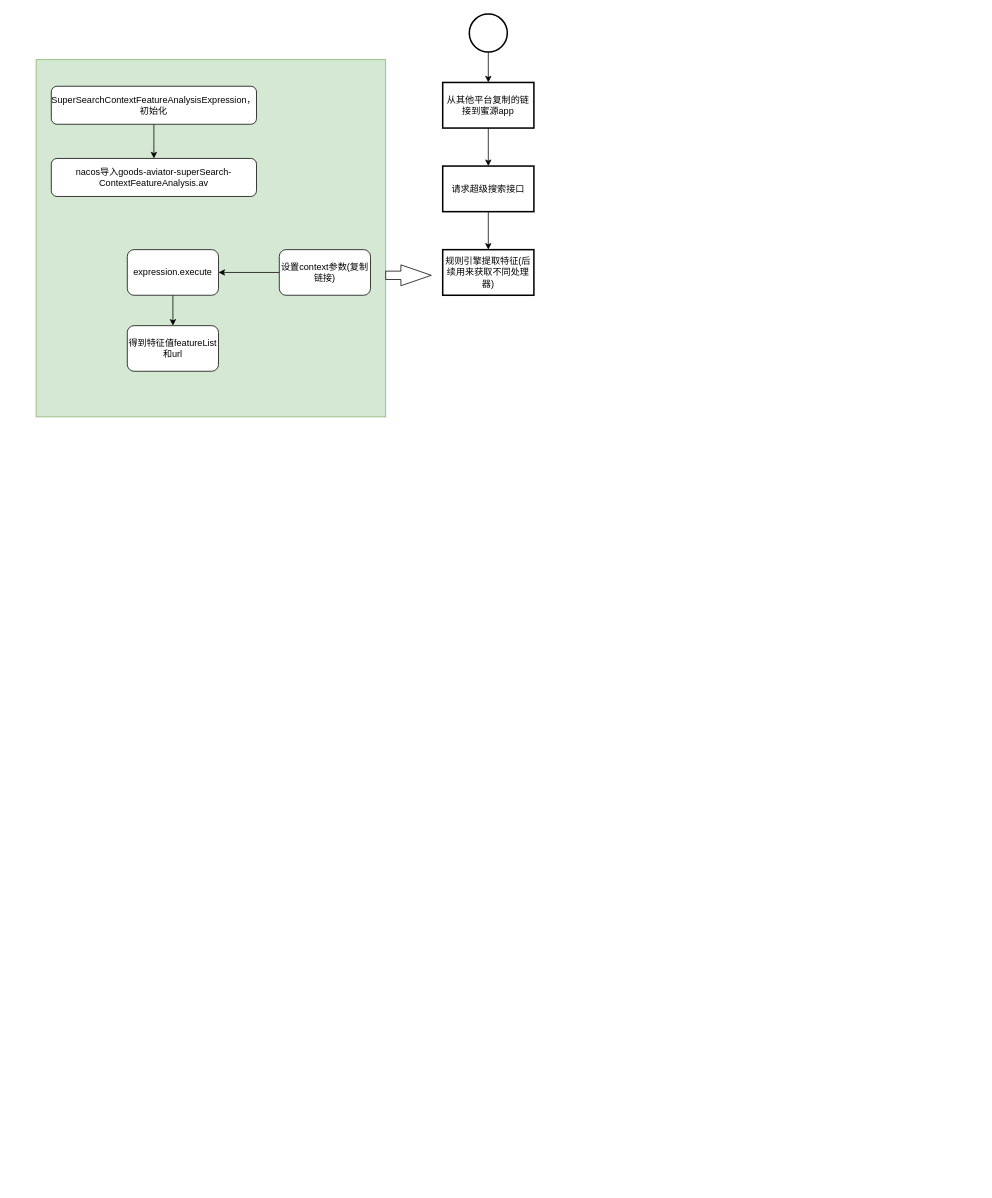
This is miyuan/超级搜索.drawio from smallleaf/draw.io, a draw.io file, before an edit. Source tidied: cells renumbered, new cells numbered last; positions are measured from the earlier drawing's top-left corner, leaving out a move shared by most shapes. Both pictures are drawn from the tidied source at 76%, with x=0, y=0 at pixel (36, 14).
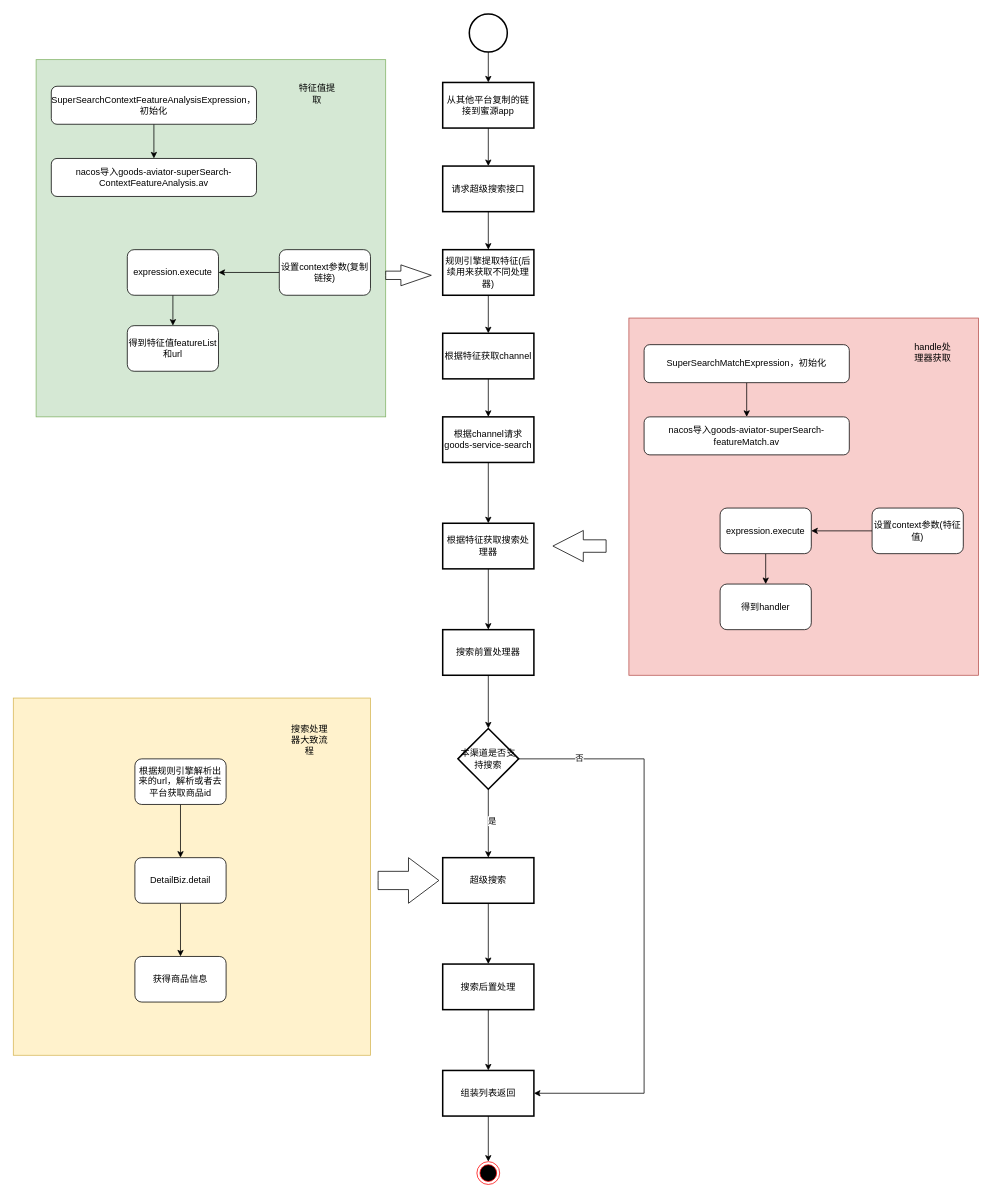
Above is the later version.

Commit message (it also covers changes not shown here):
更新超级搜索.drawio

The change refers to these unchanged cells:
```xml
<mxCell id="8" value="规则引擎提取特征(后续用来获取不同处理器)" style="whiteSpace=wrap;html=1;strokeWidth=2;" parent="1" vertex="1">
  <mxGeometry x="535" y="310" width="120" height="60" as="geometry" />
</mxCell>
```

Diff of the diagram source:
```diff
@@
+    <mxCell id="19" style="edgeStyle=orthogonalEdgeStyle;rounded=0;jettySize=auto;html=1;" parent="1" edge="1" source="8" target="21">
+      <mxGeometry relative="1" as="geometry" />
+    </mxCell>
@@
+    <mxCell id="20" style="edgeStyle=orthogonalEdgeStyle;rounded=0;jettySize=auto;html=1;" parent="1" edge="1" source="21" target="23">
+      <mxGeometry relative="1" as="geometry" />
+    </mxCell>
+    <mxCell id="21" value="根据特征获取channel" style="whiteSpace=wrap;html=1;strokeWidth=2;" parent="1" vertex="1">
+      <mxGeometry x="535" y="420" width="120" height="60" as="geometry" />
+    </mxCell>
+    <mxCell id="22" style="edgeStyle=orthogonalEdgeStyle;rounded=0;jettySize=auto;html=1;" parent="1" edge="1" source="23" target="37">
+      <mxGeometry relative="1" as="geometry" />
+    </mxCell>
+    <mxCell id="23" value="根据channel请求goods-service-search" style="whiteSpace=wrap;html=1;strokeWidth=2;" parent="1" vertex="1">
+      <mxGeometry x="535" y="530" width="120" height="60" as="geometry" />
+    </mxCell>
+    <mxCell id="24" style="rounded=0;whiteSpace=wrap;html=1;fillColor=#f8cecc;strokeColor=#b85450;" parent="1" vertex="1">
+      <mxGeometry x="780" y="400" width="460" height="470" as="geometry" />
+    </mxCell>
+    <mxCell id="25" style="edgeStyle=orthogonalEdgeStyle;rounded=0;jettySize=auto;html=1;" parent="1" edge="1" source="26" target="27">
+      <mxGeometry relative="1" as="geometry" />
+    </mxCell>
+    <mxCell id="26" value="SuperSearchMatchExpression，初始化" style="rounded=1;whiteSpace=wrap;html=1;" parent="1" vertex="1">
+      <mxGeometry x="800" y="435" width="270" height="50" as="geometry" />
+    </mxCell>
+    <mxCell id="27" value="nacos导入goods-aviator-superSearch-featureMatch.av" style="rounded=1;whiteSpace=wrap;html=1;" parent="1" vertex="1">
+      <mxGeometry x="800" y="530" width="270" height="50" as="geometry" />
+    </mxCell>
+    <mxCell id="28" style="edgeStyle=orthogonalEdgeStyle;rounded=0;jettySize=auto;html=1;" parent="1" edge="1" source="29" target="31">
+      <mxGeometry relative="1" as="geometry" />
+    </mxCell>
+    <mxCell id="29" value="设置context参数(特征值)" style="rounded=1;whiteSpace=wrap;html=1;" parent="1" vertex="1">
+      <mxGeometry x="1100" y="650" width="120" height="60" as="geometry" />
+    </mxCell>
+    <mxCell id="30" style="edgeStyle=orthogonalEdgeStyle;rounded=0;jettySize=auto;html=1;" parent="1" edge="1" source="31" target="32">
+      <mxGeometry relative="1" as="geometry" />
+    </mxCell>
+    <mxCell id="31" value="expression.execute" style="whiteSpace=wrap;html=1;rounded=1;" parent="1" vertex="1">
+      <mxGeometry x="900" y="650" width="120" height="60" as="geometry" />
+    </mxCell>
+    <mxCell id="32" value="得到handler" style="whiteSpace=wrap;html=1;rounded=1;" parent="1" vertex="1">
+      <mxGeometry x="900" y="750" width="120" height="60" as="geometry" />
+    </mxCell>
+    <mxCell id="33" value="特征值提取" style="text;html=1;align=center;verticalAlign=middle;whiteSpace=wrap;rounded=0;" parent="1" vertex="1">
+      <mxGeometry x="340" y="90" width="60" height="30" as="geometry" />
+    </mxCell>
+    <mxCell id="34" value="handle处理器获取" style="text;html=1;align=center;verticalAlign=middle;whiteSpace=wrap;rounded=0;" parent="1" vertex="1">
+      <mxGeometry x="1150" y="430" width="60" height="30" as="geometry" />
+    </mxCell>
+    <mxCell id="35" style="html=1;shadow=0;dashed=0;align=center;verticalAlign=middle;shape=mxgraph.arrows2.arrow;dy=0.6;dx=40;flipH=1;notch=0;" parent="1" vertex="1">
+      <mxGeometry x="680" y="679.5" width="70" height="41" as="geometry" />
+    </mxCell>
+    <mxCell id="36" style="edgeStyle=orthogonalEdgeStyle;rounded=0;jettySize=auto;html=1;" parent="1" edge="1" source="37" target="39">
+      <mxGeometry relative="1" as="geometry" />
+    </mxCell>
+    <mxCell id="37" value="根据特征获取搜索处理器" style="whiteSpace=wrap;html=1;strokeWidth=2;" parent="1" vertex="1">
+      <mxGeometry x="535" y="670" width="120" height="60" as="geometry" />
+    </mxCell>
+    <mxCell id="38" style="edgeStyle=orthogonalEdgeStyle;rounded=0;jettySize=auto;html=1;" parent="1" edge="1" source="39" target="44">
+      <mxGeometry relative="1" as="geometry" />
+    </mxCell>
+    <mxCell id="39" value="搜索前置处理器" style="whiteSpace=wrap;html=1;strokeWidth=2;" parent="1" vertex="1">
+      <mxGeometry x="535" y="810" width="120" height="60" as="geometry" />
+    </mxCell>
+    <mxCell id="40" style="edgeStyle=orthogonalEdgeStyle;rounded=0;jettySize=auto;html=1;" parent="1" edge="1" source="44" target="46">
+      <mxGeometry relative="1" as="geometry" />
+    </mxCell>
+    <mxCell id="41" value="是" style="edgeLabel;html=1;align=center;verticalAlign=middle;" parent="40" vertex="1">
+      <mxGeometry x="-0.09" y="4" relative="1" as="geometry" />
+    </mxCell>
+    <mxCell id="42" style="edgeStyle=orthogonalEdgeStyle;rounded=0;jettySize=auto;html=1;exitX=1;exitY=0.5;exitDx=0;exitDy=0;entryX=1;entryY=0.5;entryDx=0;entryDy=0;" parent="1" edge="1" source="44" target="50">
+      <mxGeometry relative="1" as="geometry">
+        <Array as="points">
+          <mxPoint x="800" y="980" />
+          <mxPoint x="800" y="1420" />
+        </Array>
+      </mxGeometry>
+    </mxCell>
+    <mxCell id="43" value="否" style="edgeLabel;html=1;align=center;verticalAlign=middle;" parent="42" vertex="1">
+      <mxGeometry x="-0.79" y="2" relative="1" as="geometry" />
+    </mxCell>
+    <mxCell id="44" value="本渠道是否支持搜索" style="rhombus;whiteSpace=wrap;html=1;strokeWidth=2;" parent="1" vertex="1">
+      <mxGeometry x="555" y="940" width="80" height="80" as="geometry" />
+    </mxCell>
+    <mxCell id="45" style="edgeStyle=orthogonalEdgeStyle;rounded=0;jettySize=auto;html=1;" parent="1" edge="1" source="46" target="48">
+      <mxGeometry relative="1" as="geometry" />
+    </mxCell>
+    <mxCell id="46" value="超级搜索" style="whiteSpace=wrap;html=1;strokeWidth=2;" parent="1" vertex="1">
+      <mxGeometry x="535" y="1110" width="120" height="60" as="geometry" />
+    </mxCell>
+    <mxCell id="47" style="edgeStyle=orthogonalEdgeStyle;rounded=0;jettySize=auto;html=1;" parent="1" edge="1" source="48" target="50">
+      <mxGeometry relative="1" as="geometry" />
+    </mxCell>
+    <mxCell id="48" value="搜索后置处理" style="whiteSpace=wrap;html=1;strokeWidth=2;" parent="1" vertex="1">
+      <mxGeometry x="535" y="1250" width="120" height="60" as="geometry" />
+    </mxCell>
+    <mxCell id="49" style="edgeStyle=orthogonalEdgeStyle;rounded=0;jettySize=auto;html=1;exitX=0.5;exitY=1;exitDx=0;exitDy=0;" parent="1" edge="1" source="50" target="51">
+      <mxGeometry relative="1" as="geometry" />
+    </mxCell>
+    <mxCell id="50" value="组装列表返回" style="whiteSpace=wrap;html=1;strokeWidth=2;" parent="1" vertex="1">
+      <mxGeometry x="535" y="1390" width="120" height="60" as="geometry" />
+    </mxCell>
+    <mxCell id="51" style="ellipse;html=1;shape=endState;fillColor=#000000;strokeColor=#ff0000;" parent="1" vertex="1">
+      <mxGeometry x="580" y="1510" width="30" height="30" as="geometry" />
+    </mxCell>
+    <mxCell id="52" style="rounded=0;whiteSpace=wrap;html=1;fillColor=#fff2cc;strokeColor=#d6b656;" parent="1" vertex="1">
+      <mxGeometry x="-30" y="900" width="470" height="470" as="geometry" />
+    </mxCell>
+    <mxCell id="53" style="edgeStyle=orthogonalEdgeStyle;rounded=0;jettySize=auto;html=1;" parent="1" edge="1" source="54" target="56">
+      <mxGeometry relative="1" as="geometry" />
+    </mxCell>
+    <mxCell id="54" value="根据规则引擎解析出来的url，解析或者去平台获取商品id" style="rounded=1;whiteSpace=wrap;html=1;" parent="1" vertex="1">
+      <mxGeometry x="130" y="980" width="120" height="60" as="geometry" />
+    </mxCell>
+    <mxCell id="55" style="edgeStyle=orthogonalEdgeStyle;rounded=0;jettySize=auto;html=1;" parent="1" edge="1" source="56" target="57">
+      <mxGeometry relative="1" as="geometry" />
+    </mxCell>
+    <mxCell id="56" value="DetailBiz.detail" style="rounded=1;whiteSpace=wrap;html=1;" parent="1" vertex="1">
+      <mxGeometry x="130" y="1110" width="120" height="60" as="geometry" />
+    </mxCell>
+    <mxCell id="57" value="获得商品信息" style="rounded=1;whiteSpace=wrap;html=1;" parent="1" vertex="1">
+      <mxGeometry x="130" y="1240" width="120" height="60" as="geometry" />
+    </mxCell>
+    <mxCell id="58" value="搜索处理器大致流程" style="text;html=1;align=center;verticalAlign=middle;whiteSpace=wrap;rounded=0;" parent="1" vertex="1">
+      <mxGeometry x="330" y="940" width="60" height="30" as="geometry" />
+    </mxCell>
+    <mxCell id="59" style="html=1;shadow=0;dashed=0;align=center;verticalAlign=middle;shape=mxgraph.arrows2.arrow;dy=0.6;dx=40;notch=0;" parent="1" vertex="1">
+      <mxGeometry x="450" y="1110" width="80" height="60" as="geometry" />
+    </mxCell>
```
